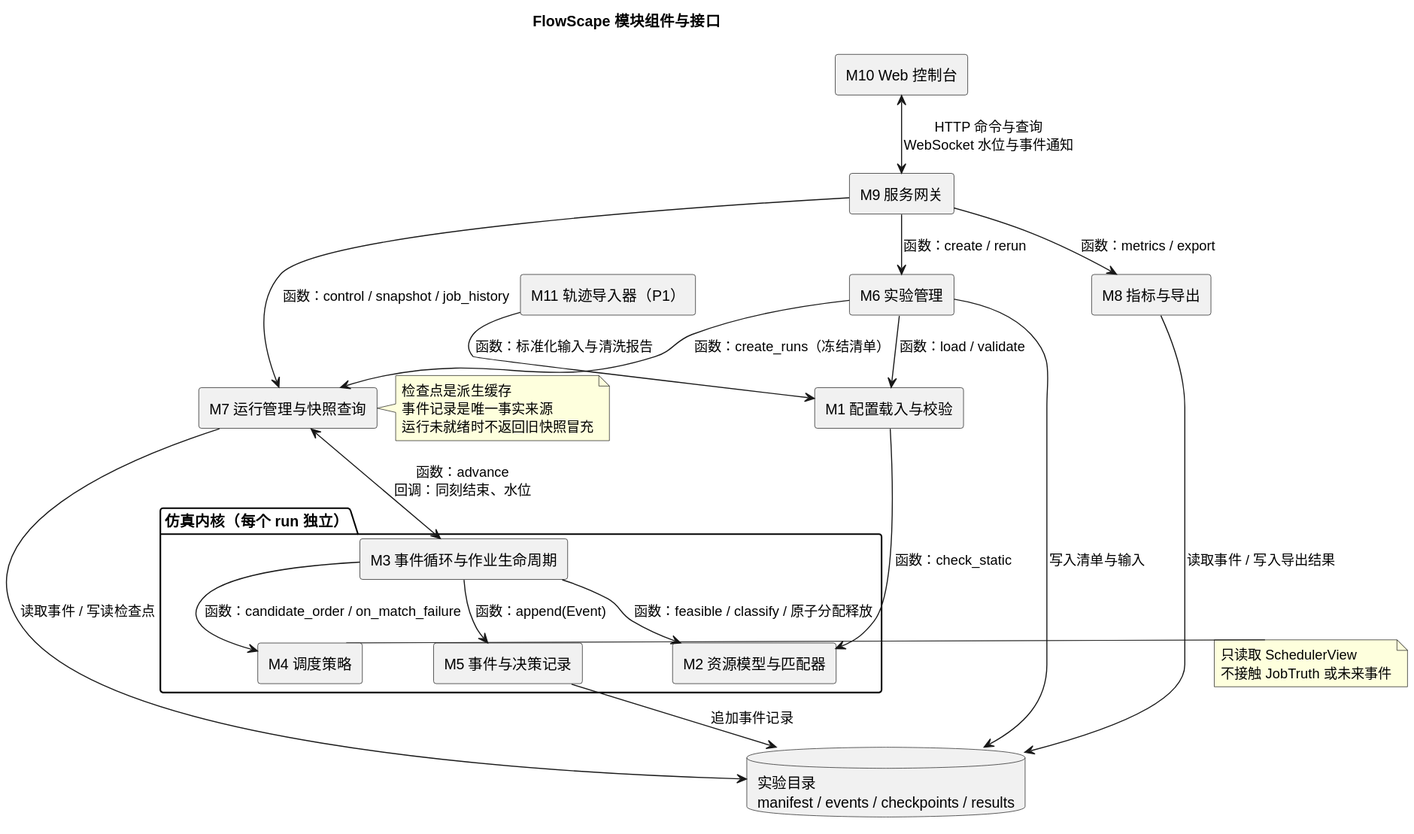
Above: 概要设计/diagrams/system-components.svg in Sugaria0427/FlowScape (PlantUML), before the change.
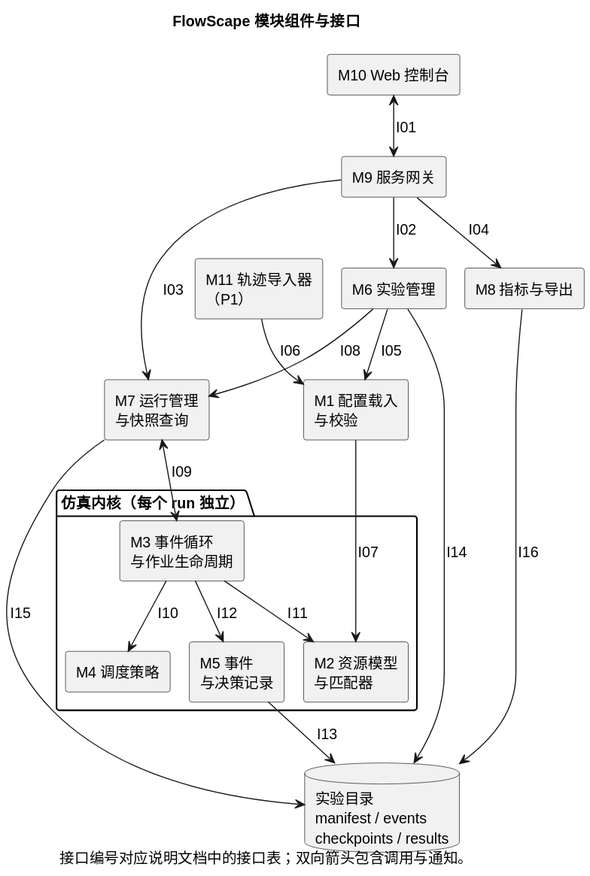
The same file after the commit.

Commit message:
docs(design): 修复组件图接口文字重叠并补充编号说明

The edit, as a diff of the source:
```diff
@@ -2,44 +2,39 @@
 !pragma layout smetana
 title FlowScape 模块组件与接口
 skinparam componentStyle rectangle
+skinparam nodesep 70
+skinparam ranksep 80
+skinparam defaultFontSize 14
 top to bottom direction
 component "M10 Web 控制台" as M10
 component "M9 服务网关" as M9
 component "M6 实验管理" as M6
-component "M7 运行管理与快照查询" as M7
+component "M7 运行管理\n与快照查询" as M7
 component "M8 指标与导出" as M8
-component "M1 配置载入与校验" as M1
-component "M11 轨迹导入器（P1）" as M11
+component "M1 配置载入\n与校验" as M1
+component "M11 轨迹导入器\n（P1）" as M11
 package "仿真内核（每个 run 独立）" {
-component "M3 事件循环与作业生命周期" as M3
+component "M3 事件循环\n与作业生命周期" as M3
 component "M4 调度策略" as M4
-component "M2 资源模型与匹配器" as M2
-component "M5 事件与决策记录" as M5
+component "M2 资源模型\n与匹配器" as M2
+component "M5 事件\n与决策记录" as M5
 }
-database "实验目录\nmanifest / events / checkpoints / results" as Store
-M10 <--> M9 : HTTP 命令与查询\nWebSocket 水位与事件通知
-M9 --> M6 : 函数：create / rerun
-M9 --> M7 : 函数：control / snapshot / job_history
-M9 --> M8 : 函数：metrics / export
-M6 --> M1 : 函数：load / validate
-M11 --> M1 : 函数：标准化输入与清洗报告
-M1 --> M2 : 函数：check_static
-M6 --> M7 : 函数：create_runs（冻结清单）
-M7 <--> M3 : 函数：advance\n回调：同刻结束、水位
-M3 --> M4 : 函数：candidate_order / on_match_failure
-M3 --> M2 : 函数：feasible / classify / 原子分配释放
-M3 --> M5 : 函数：append(Event)
-M5 --> Store : 追加事件记录
-M6 --> Store : 写入清单与输入
-M7 --> Store : 读取事件 / 写读检查点
-M8 --> Store : 读取事件 / 写入导出结果
-note right of M4
-只读取 SchedulerView
-不接触 JobTruth 或未来事件
-end note
-note right of M7
-检查点是派生缓存
-事件记录是唯一事实来源
-运行未就绪时不返回旧快照冒充
-end note
+database "实验目录\nmanifest / events\ncheckpoints / results" as Store
+M10 <--> M9 : I01
+M9 --> M6 : I02
+M9 --> M7 : I03
+M9 --> M8 : I04
+M6 --> M1 : I05
+M11 --> M1 : I06
+M1 --> M2 : I07
+M6 --> M7 : I08
+M7 <--> M3 : I09
+M3 --> M4 : I10
+M3 --> M2 : I11
+M3 --> M5 : I12
+M5 --> Store : I13
+M6 --> Store : I14
+M7 --> Store : I15
+M8 --> Store : I16
+caption 接口编号对应说明文档中的接口表；双向箭头包含调用与通知。
 @enduml
```
